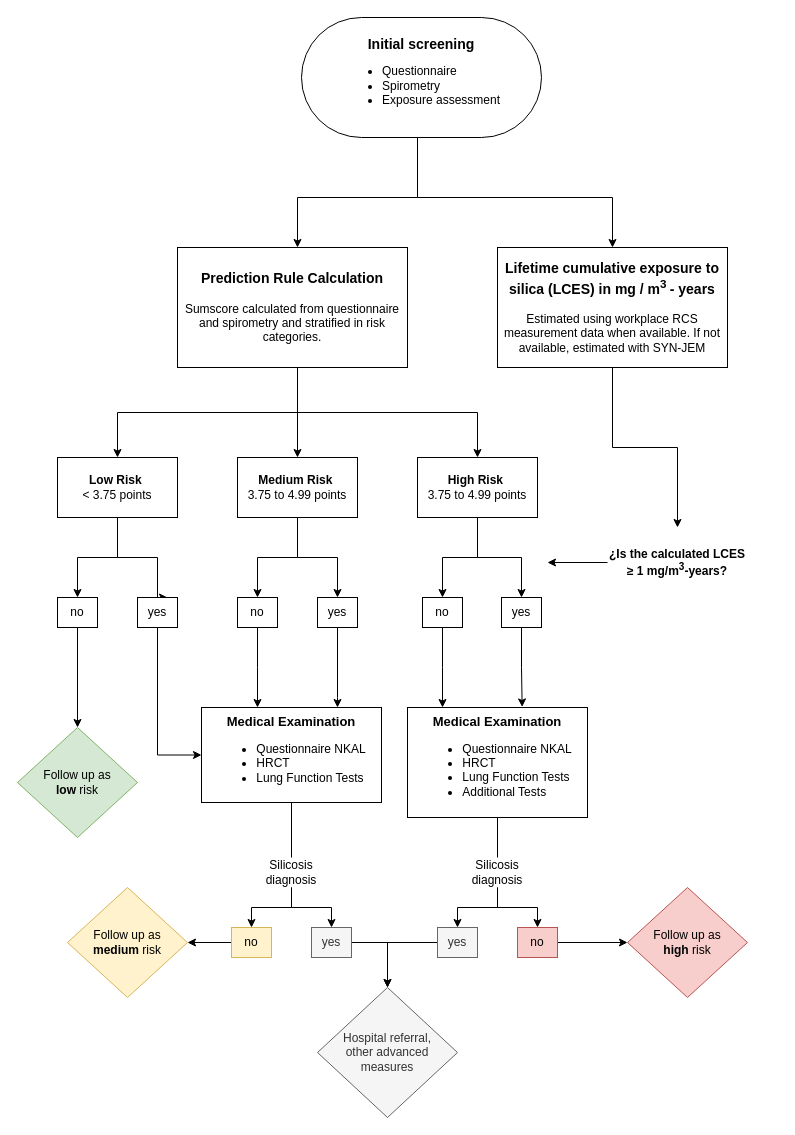
Earlier version of the draw.io diagram docs/reports/HSP_silicosis.drawio (UtrechtUniversity/lexces-silicosis-predict). Source tidied: cells renumbered, new cells numbered last; positions are measured from the earlier drawing's top-left corner, leaving out a move shared by most shapes. Both pictures are drawn from the tidied source at 100%, with x=0, y=0 at pixel (17, 17).
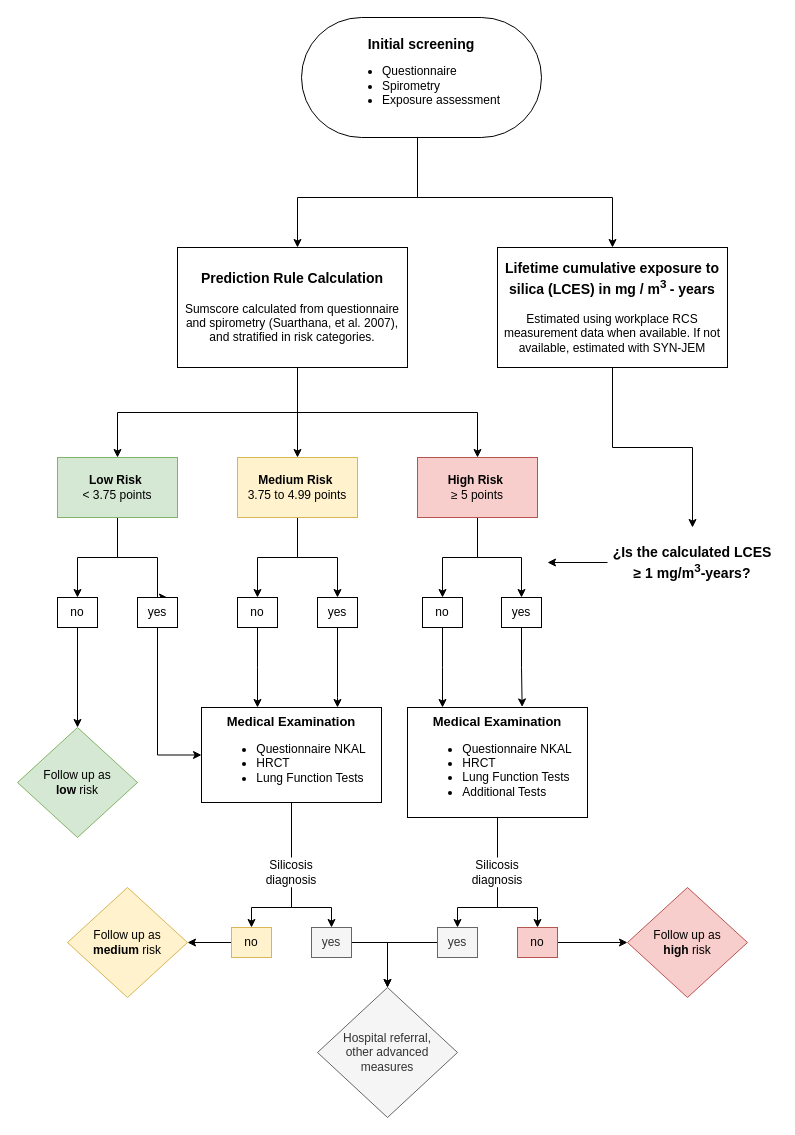
Above is the later version.

The edit, as a diff of the source:
```diff
@@
-    <mxCell id="8" value="&lt;font style=&quot;font-size: 14px;&quot;&gt;&lt;b&gt;Prediction Rule Calculation&lt;/b&gt;&lt;/font&gt;&lt;div&gt;&lt;span style=&quot;text-align: left; background-color: transparent; color: light-dark(rgb(0, 0, 0), rgb(255, 255, 255));&quot;&gt;&lt;br&gt;&lt;/span&gt;&lt;/div&gt;&lt;div&gt;&lt;span style=&quot;text-align: left; background-color: transparent; color: light-dark(rgb(0, 0, 0), rgb(255, 255, 255));&quot;&gt;Sumscore calculated from questionnaire and spirometry and stratified in risk categories.&lt;/span&gt;&lt;/div&gt;" style="rounded=1;whiteSpace=wrap;html=1;arcSize=0;" parent="1" vertex="1">
+    <mxCell id="8" value="&lt;font style=&quot;font-size: 14px;&quot;&gt;&lt;b&gt;Prediction Rule Calculation&lt;/b&gt;&lt;/font&gt;&lt;div&gt;&lt;span style=&quot;text-align: left; background-color: transparent; color: light-dark(rgb(0, 0, 0), rgb(255, 255, 255));&quot;&gt;&lt;br&gt;&lt;/span&gt;&lt;/div&gt;&lt;div&gt;&lt;span style=&quot;text-align: left; background-color: transparent; color: light-dark(rgb(0, 0, 0), rgb(255, 255, 255));&quot;&gt;Sumscore calculated from questionnaire and spirometry (Suarthana, et al. 2007), and stratified in risk categories.&lt;/span&gt;&lt;/div&gt;" style="rounded=1;whiteSpace=wrap;html=1;arcSize=0;" parent="1" vertex="1">
       <mxGeometry x="160" y="230" width="230" height="120" as="geometry" />
     </mxCell>
@@
-    <mxCell id="13" value="&lt;b&gt;Low Risk&lt;/b&gt;&amp;nbsp;&lt;div&gt;&amp;lt; 3.75 points&lt;/div&gt;" style="rounded=0;whiteSpace=wrap;html=1;" parent="1" vertex="1">
+    <mxCell id="13" value="&lt;b&gt;Low Risk&lt;/b&gt;&amp;nbsp;&lt;div&gt;&amp;lt; 3.75 points&lt;/div&gt;" style="rounded=0;whiteSpace=wrap;html=1;fillColor=#d5e8d4;strokeColor=#82b366;" parent="1" vertex="1">
       <mxGeometry x="40" y="440" width="120" height="60" as="geometry" />
     </mxCell>
@@
-    <mxCell id="16" value="&lt;b&gt;Medium Risk&lt;/b&gt;&amp;nbsp;&lt;div&gt;3.75 to 4.99 points&lt;/div&gt;" style="rounded=0;whiteSpace=wrap;html=1;" parent="1" vertex="1">
+    <mxCell id="16" value="&lt;b&gt;Medium Risk&lt;/b&gt;&amp;nbsp;&lt;div&gt;3.75 to 4.99 points&lt;/div&gt;" style="rounded=0;whiteSpace=wrap;html=1;fillColor=#fff2cc;strokeColor=#d6b656;" parent="1" vertex="1">
       <mxGeometry x="220" y="440" width="120" height="60" as="geometry" />
     </mxCell>
@@
-    <mxCell id="19" value="&lt;b&gt;High Risk&lt;/b&gt;&amp;nbsp;&lt;div&gt;3.75 to 4.99 points&lt;/div&gt;" style="rounded=0;whiteSpace=wrap;html=1;" parent="1" vertex="1">
+    <mxCell id="19" value="&lt;b&gt;High Risk&lt;/b&gt;&amp;nbsp;&lt;div&gt;≥ 5 points&lt;/div&gt;" style="rounded=0;whiteSpace=wrap;html=1;fillColor=#f8cecc;strokeColor=#b85450;" parent="1" vertex="1">
       <mxGeometry x="400" y="440" width="120" height="60" as="geometry" />
     </mxCell>
@@
-    <mxCell id="21" value="¿Is the calculated LCES ≥ 1 mg/m&lt;sup&gt;3&lt;/sup&gt;-years?" style="text;html=1;align=center;verticalAlign=middle;whiteSpace=wrap;rounded=0;fontStyle=1;" parent="1" vertex="1">
-      <mxGeometry x="590" y="510" width="140" height="70" as="geometry" />
+    <mxCell id="21" value="¿Is the calculated LCES ≥ 1 mg/m&lt;sup&gt;3&lt;/sup&gt;-years?" style="text;html=1;align=center;verticalAlign=middle;whiteSpace=wrap;rounded=0;fontStyle=1;fontSize=14;" parent="1" vertex="1">
+      <mxGeometry x="590" y="510" width="170" height="70" as="geometry" />
     </mxCell>
```
